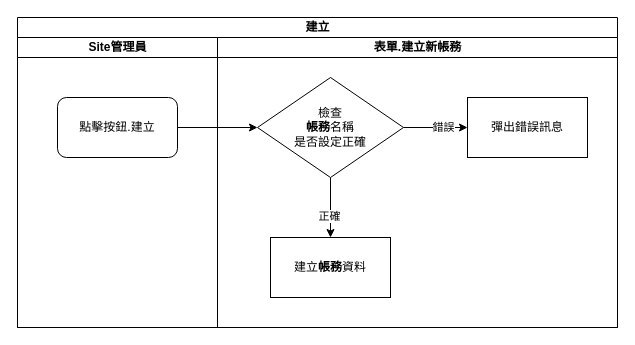
Earlier version of the draw.io diagram 8.10.0/UPDATE/ITEM_3/RTE/attachment/SysBranchAdd_create.drawio (ArcareRD/sadocs). Source tidied: cells renumbered, new cells numbered last; positions are measured from the earlier drawing's top-left corner, leaving out a move shared by most shapes. Both pictures are drawn from the tidied source at 100%, with x=0, y=0 at pixel (17, 17).
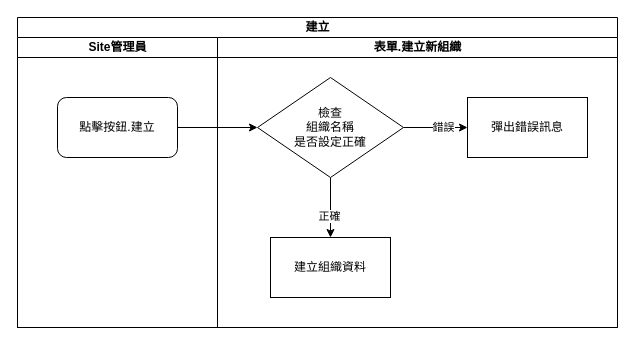
The same page after the edit.

The edit, as a diff of the source:
```diff
@@
 <mxGraphModel>
   <root>
     <mxCell id="0" />
     <mxCell id="1" parent="0" />
     <mxCell id="2" value="建立" style="swimlane;html=1;startSize=20;" parent="1" vertex="1">
       <mxGeometry width="600" height="310" as="geometry" />
     </mxCell>
     <mxCell id="3" value="Site管理員" style="swimlane;html=1;startSize=20;" parent="2" vertex="1">
       <mxGeometry y="20" width="200" height="290" as="geometry" />
     </mxCell>
     <mxCell id="4" value="點擊按鈕.建立" style="rounded=1;whiteSpace=wrap;html=1;" parent="3" vertex="1">
       <mxGeometry x="40" y="60" width="120" height="60" as="geometry" />
     </mxCell>
     <mxCell id="5" style="edgeStyle=orthogonalEdgeStyle;rounded=0;jettySize=auto;html=1;exitX=1;exitY=0.5;exitDx=0;exitDy=0;entryX=0;entryY=0.5;entryDx=0;entryDy=0;" parent="2" edge="1" source="4" target="11">
       <mxGeometry relative="1" as="geometry" />
     </mxCell>
-    <mxCell id="6" value="表單.建立新帳務" style="swimlane;html=1;startSize=20;" parent="2" vertex="1">
+    <mxCell id="6" value="表單.建立新組織" style="swimlane;html=1;startSize=20;" parent="2" vertex="1">
       <mxGeometry x="200" y="20" width="400" height="290" as="geometry" />
     </mxCell>
     <mxCell id="7" style="edgeStyle=orthogonalEdgeStyle;rounded=0;jettySize=auto;html=1;exitX=0.5;exitY=1;exitDx=0;exitDy=0;entryX=0.5;entryY=0;entryDx=0;entryDy=0;" parent="6" edge="1" source="11" target="12">
       <mxGeometry relative="1" as="geometry" />
     </mxCell>
     <mxCell id="8" value="正確" style="edgeLabel;html=1;align=center;verticalAlign=middle;" parent="7" vertex="1">
       <mxGeometry x="0.25" y="-2" relative="1" as="geometry" />
     </mxCell>
     <mxCell id="9" style="edgeStyle=orthogonalEdgeStyle;rounded=0;jettySize=auto;html=1;exitX=1;exitY=0.5;exitDx=0;exitDy=0;entryX=0;entryY=0.5;entryDx=0;entryDy=0;" parent="6" edge="1" source="11" target="13">
       <mxGeometry relative="1" as="geometry" />
     </mxCell>
     <mxCell id="10" value="錯誤" style="edgeLabel;html=1;align=center;verticalAlign=middle;" parent="9" vertex="1">
       <mxGeometry x="0.23" y="1" relative="1" as="geometry" />
     </mxCell>
-    <mxCell id="11" value="檢查&lt;br&gt;&lt;span style=&quot;font-weight: 700&quot;&gt;帳務&lt;/span&gt;名稱&lt;br&gt;是否設定正確" style="rhombus;whiteSpace=wrap;html=1;" parent="6" vertex="1">
+    <mxCell id="11" value="檢查&lt;br&gt;組織名稱&lt;br&gt;是否設定正確" style="rhombus;whiteSpace=wrap;html=1;" parent="6" vertex="1">
       <mxGeometry x="40" y="40" width="146" height="100" as="geometry" />
     </mxCell>
-    <mxCell id="12" value="建立&lt;span style=&quot;font-weight: 700&quot;&gt;帳務&lt;/span&gt;資料" style="rounded=0;whiteSpace=wrap;html=1;" parent="6" vertex="1">
+    <mxCell id="12" value="建立組織資料" style="rounded=0;whiteSpace=wrap;html=1;" parent="6" vertex="1">
       <mxGeometry x="53" y="200" width="120" height="60" as="geometry" />
     </mxCell>
     <mxCell id="13" value="彈出錯誤訊息" style="rounded=0;whiteSpace=wrap;html=1;" parent="6" vertex="1">
       <mxGeometry x="250" y="60" width="120" height="60" as="geometry" />
     </mxCell>
   </root>
 </mxGraphModel>
```
